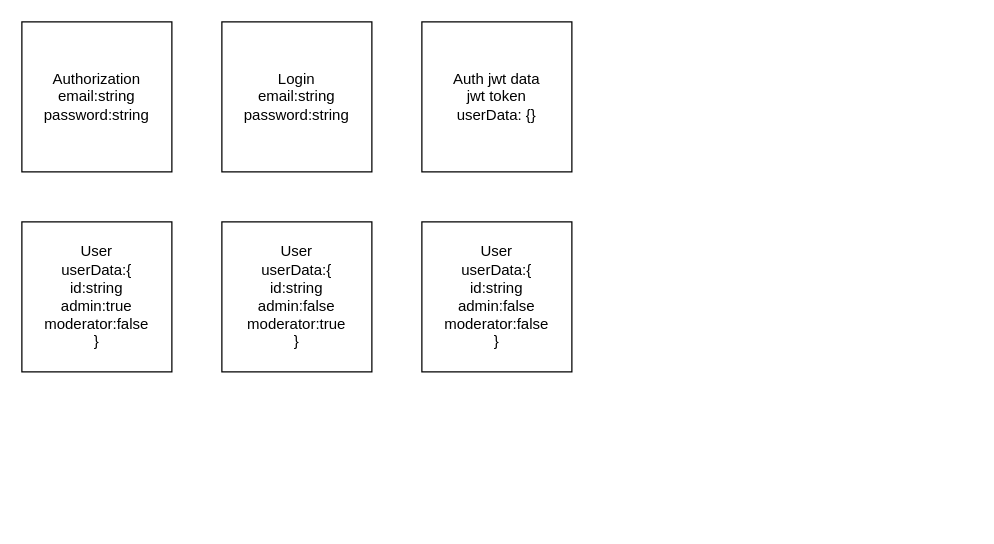
This is Диаграмма без названия.drawio from Bazzcola/Genergy, a draw.io file, before an edit. Source tidied: cells renumbered, new cells numbered last; positions are measured from the earlier drawing's top-left corner, leaving out a move shared by most shapes. Both pictures are drawn from the tidied source at 125%, with x=0, y=0 at pixel (21, 21).
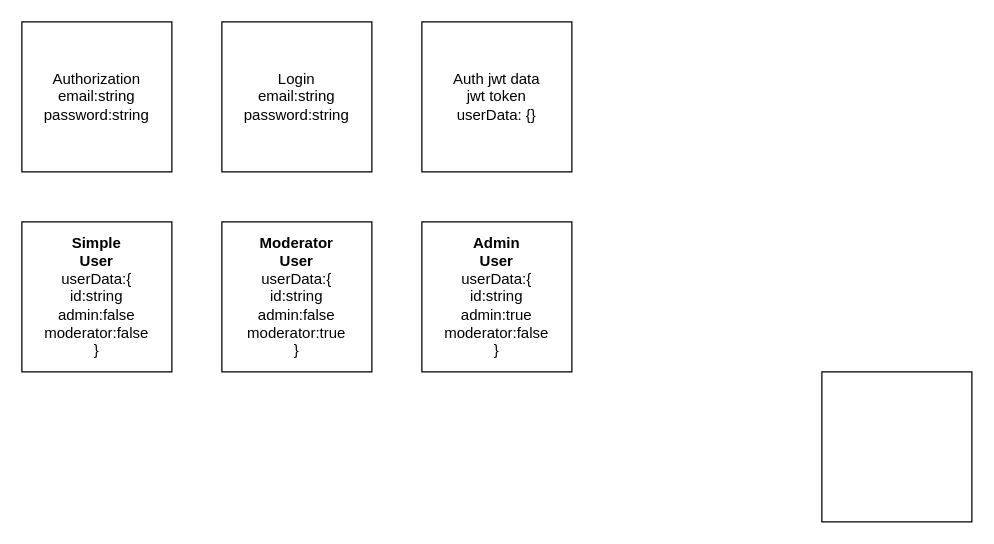
The same diagram, later.

The edit, as a diff of the source:
```diff
@@
 <mxGraphModel>
   <root>
     <mxCell id="0" />
     <mxCell id="1" parent="0" />
     <mxCell id="2" value="Authorization&lt;br&gt;email:string&lt;br&gt;password:string" style="whiteSpace=wrap;html=1;" parent="1" vertex="1">
       <mxGeometry width="120" height="120" as="geometry" />
     </mxCell>
     <mxCell id="3" value="Login&lt;br&gt;email:string&lt;br&gt;password:string" style="whiteSpace=wrap;html=1;" parent="1" vertex="1">
       <mxGeometry x="160" width="120" height="120" as="geometry" />
     </mxCell>
     <mxCell id="4" value="Auth jwt data&lt;br&gt;jwt token&lt;br&gt;userData: {}" style="whiteSpace=wrap;html=1;" parent="1" vertex="1">
       <mxGeometry x="320" width="120" height="120" as="geometry" />
     </mxCell>
-    <mxCell id="5" value="User&lt;br&gt;userData:{&lt;br&gt;id:string&lt;br&gt;admin:true&lt;br&gt;moderator:false&lt;br&gt;}" style="whiteSpace=wrap;html=1;" parent="1" vertex="1">
-      <mxGeometry y="160" width="120" height="120" as="geometry" />
+    <mxCell id="5" value="&lt;b&gt;Admin&lt;/b&gt;&lt;br&gt;&lt;b&gt;User&lt;br&gt;&lt;/b&gt;userData:{&lt;br&gt;id:string&lt;br&gt;admin:true&lt;br&gt;moderator:false&lt;br&gt;}" style="whiteSpace=wrap;html=1;" parent="1" vertex="1">
+      <mxGeometry x="320" y="160" width="120" height="120" as="geometry" />
     </mxCell>
-    <mxCell id="6" value="User&lt;br&gt;userData:{&lt;br&gt;id:string&lt;br&gt;admin:false&lt;br&gt;moderator:true&lt;br&gt;}" style="whiteSpace=wrap;html=1;" parent="1" vertex="1">
+    <mxCell id="6" value="&lt;b&gt;Moderator&lt;br&gt;User&lt;/b&gt;&lt;br&gt;userData:{&lt;br&gt;id:string&lt;br&gt;admin:false&lt;br&gt;moderator:true&lt;br&gt;}" style="whiteSpace=wrap;html=1;" parent="1" vertex="1">
       <mxGeometry x="160" y="160" width="120" height="120" as="geometry" />
     </mxCell>
-    <mxCell id="7" value="User&lt;br&gt;userData:{&lt;br&gt;id:string&lt;br&gt;admin:false&lt;br&gt;moderator:false&lt;br&gt;}" style="whiteSpace=wrap;html=1;" parent="1" vertex="1">
-      <mxGeometry x="320" y="160" width="120" height="120" as="geometry" />
+    <mxCell id="7" value="&lt;b&gt;Simple&lt;br&gt;User&lt;/b&gt;&lt;br&gt;userData:{&lt;br&gt;id:string&lt;br&gt;admin:false&lt;br&gt;moderator:false&lt;br&gt;}" style="whiteSpace=wrap;html=1;" parent="1" vertex="1">
+      <mxGeometry y="160" width="120" height="120" as="geometry" />
     </mxCell>
+    <mxCell id="8" style="whiteSpace=wrap;html=1;" parent="1" vertex="1">
+      <mxGeometry x="640" y="280" width="120" height="120" as="geometry" />
+    </mxCell>
   </root>
 </mxGraphModel>
```
